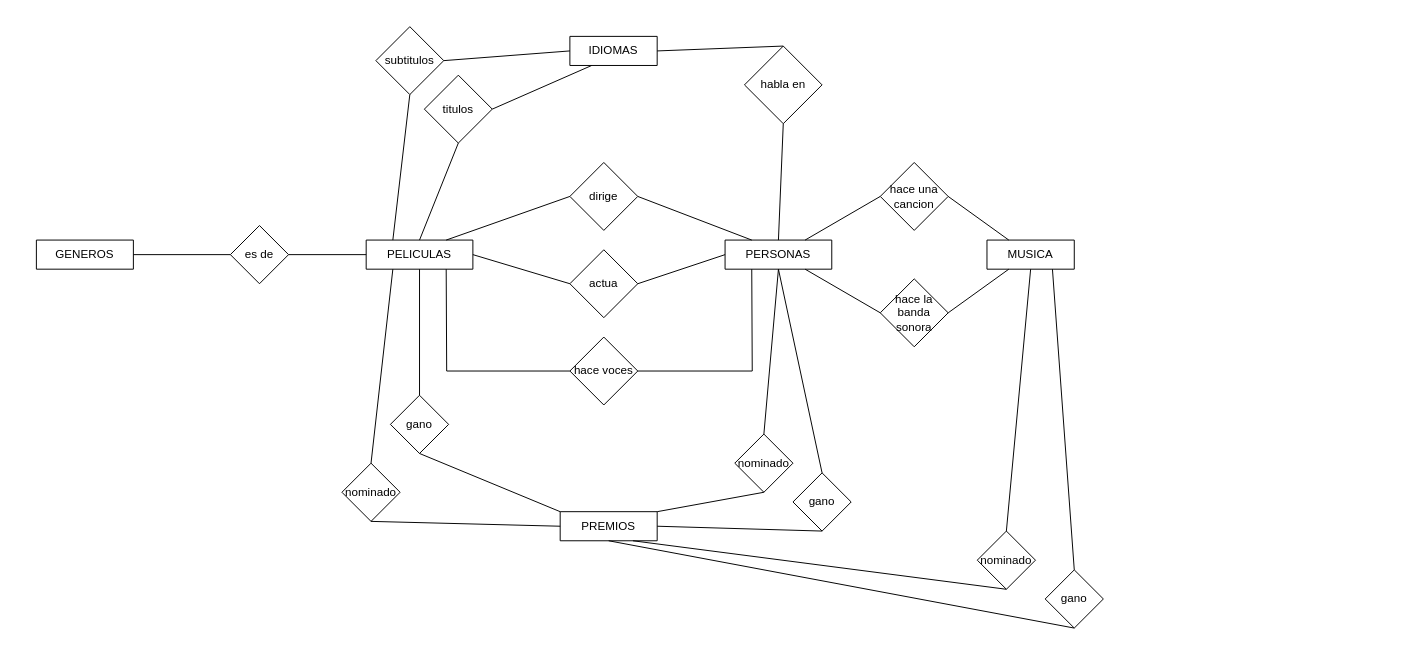
Earlier version of the draw.io diagram omdb.drawio (kolodani/AUS_Base_de_datos). Source tidied: cells renumbered, new cells numbered last; positions are measured from the earlier drawing's top-left corner, leaving out a move shared by most shapes. Both pictures are drawn from the tidied source at 97%, with x=0, y=0 at pixel (36, 26).
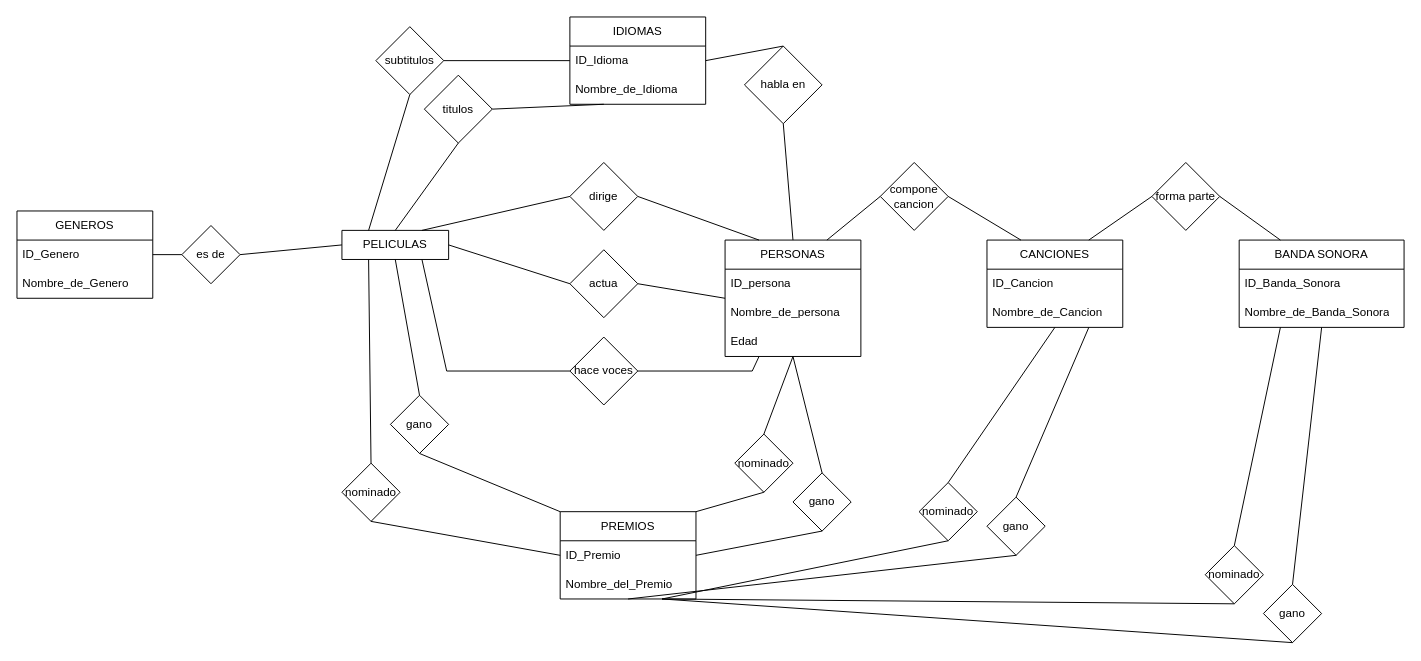
The same page after the edit.

Commit message:
atributos agregados omdb.drawio

What changed in the source:
```diff
@@
-    <mxCell id="2" value="GENEROS" style="swimlane;fontStyle=0;horizontal=1;startSize=30;whiteSpace=wrap;html=1;" parent="1" vertex="1" collapsed="1">
-      <mxGeometry y="220" width="100" height="30" as="geometry" />
+    <mxCell id="2" value="GENEROS" style="swimlane;fontStyle=0;horizontal=1;startSize=30;whiteSpace=wrap;html=1;" parent="1" vertex="1">
+      <mxGeometry x="-20" y="190" width="140" height="90" as="geometry" />
     </mxCell>
+    <mxCell id="53" value="ID_Genero&lt;span style=&quot;white-space: pre;&quot;&gt;&#9;&lt;/span&gt;" style="text;strokeColor=none;fillColor=none;align=left;verticalAlign=middle;spacingLeft=4;spacingRight=4;overflow=hidden;whiteSpace=wrap;html=1;" parent="2" vertex="1">
+      <mxGeometry y="30" width="140" height="30" as="geometry" />
+    </mxCell>
+    <mxCell id="54" value="Nombre_de_Genero" style="text;strokeColor=none;fillColor=none;align=left;verticalAlign=middle;spacingLeft=4;spacingRight=4;overflow=hidden;whiteSpace=wrap;html=1;" parent="2" vertex="1">
+      <mxGeometry y="60" width="140" height="30" as="geometry" />
+    </mxCell>
     <mxCell id="3" value="PELICULAS" style="swimlane;fontStyle=0;horizontal=1;startSize=30;whiteSpace=wrap;html=1;" parent="1" vertex="1" collapsed="1">
-      <mxGeometry x="340" y="220" width="110" height="30" as="geometry" />
+      <mxGeometry x="315" y="210" width="110" height="30" as="geometry" />
     </mxCell>
-    <mxCell id="4" value="PREMIOS" style="swimlane;fontStyle=0;horizontal=1;startSize=30;whiteSpace=wrap;html=1;" parent="1" vertex="1" collapsed="1">
-      <mxGeometry x="540" y="500" width="100" height="30" as="geometry" />
+    <mxCell id="4" value="PREMIOS" style="swimlane;fontStyle=0;horizontal=1;startSize=30;whiteSpace=wrap;html=1;" parent="1" vertex="1">
+      <mxGeometry x="540" y="500" width="140" height="90" as="geometry" />
     </mxCell>
+    <mxCell id="55" value="ID_Premio&lt;span style=&quot;white-space: pre;&quot;&gt;&#9;&lt;/span&gt;" style="text;strokeColor=none;fillColor=none;align=left;verticalAlign=middle;spacingLeft=4;spacingRight=4;overflow=hidden;whiteSpace=wrap;html=1;" parent="4" vertex="1">
+      <mxGeometry y="30" width="140" height="30" as="geometry" />
+    </mxCell>
+    <mxCell id="56" value="Nombre_del_Premio" style="text;strokeColor=none;fillColor=none;align=left;verticalAlign=middle;spacingLeft=4;spacingRight=4;overflow=hidden;whiteSpace=wrap;html=1;" parent="4" vertex="1">
+      <mxGeometry y="60" width="140" height="30" as="geometry" />
+    </mxCell>
-    <mxCell id="5" value="PERSONAS" style="swimlane;fontStyle=0;horizontal=1;startSize=30;whiteSpace=wrap;html=1;" parent="1" vertex="1" collapsed="1">
-      <mxGeometry x="710" y="220" width="110" height="30" as="geometry" />
+    <mxCell id="5" value="PERSONAS" style="swimlane;fontStyle=0;horizontal=1;startSize=30;whiteSpace=wrap;html=1;" parent="1" vertex="1">
+      <mxGeometry x="710" y="220" width="140" height="120" as="geometry" />
     </mxCell>
+    <mxCell id="57" value="ID_persona" style="text;strokeColor=none;fillColor=none;align=left;verticalAlign=middle;spacingLeft=4;spacingRight=4;overflow=hidden;whiteSpace=wrap;html=1;" parent="5" vertex="1">
+      <mxGeometry y="30" width="140" height="30" as="geometry" />
+    </mxCell>
+    <mxCell id="58" value="Nombre_de_persona" style="text;strokeColor=none;fillColor=none;align=left;verticalAlign=middle;spacingLeft=4;spacingRight=4;overflow=hidden;whiteSpace=wrap;html=1;" parent="5" vertex="1">
+      <mxGeometry y="60" width="140" height="30" as="geometry" />
+    </mxCell>
+    <mxCell id="59" value="Edad" style="text;strokeColor=none;fillColor=none;align=left;verticalAlign=middle;spacingLeft=4;spacingRight=4;overflow=hidden;whiteSpace=wrap;html=1;" parent="5" vertex="1">
+      <mxGeometry y="90" width="140" height="30" as="geometry" />
+    </mxCell>
-    <mxCell id="6" value="MUSICA" style="swimlane;fontStyle=0;horizontal=1;startSize=30;whiteSpace=wrap;html=1;" parent="1" vertex="1" collapsed="1">
-      <mxGeometry x="980" y="220" width="90" height="30" as="geometry" />
+    <mxCell id="6" value="CANCIONES" style="swimlane;fontStyle=0;horizontal=1;startSize=30;whiteSpace=wrap;html=1;" parent="1" vertex="1">
+      <mxGeometry x="980" y="220" width="140" height="90" as="geometry" />
     </mxCell>
+    <mxCell id="60" value="ID_Cancion" style="text;strokeColor=none;fillColor=none;align=left;verticalAlign=middle;spacingLeft=4;spacingRight=4;overflow=hidden;whiteSpace=wrap;html=1;" parent="6" vertex="1">
+      <mxGeometry y="30" width="140" height="30" as="geometry" />
+    </mxCell>
+    <mxCell id="61" value="Nombre_de_Cancion&lt;span style=&quot;white-space: pre;&quot;&gt;&#9;&lt;/span&gt;" style="text;strokeColor=none;fillColor=none;align=left;verticalAlign=middle;spacingLeft=4;spacingRight=4;overflow=hidden;whiteSpace=wrap;html=1;" parent="6" vertex="1">
+      <mxGeometry y="60" width="140" height="30" as="geometry" />
+    </mxCell>
     <mxCell id="7" value="es de" style="rhombus;whiteSpace=wrap;html=1;" parent="1" vertex="1">
-      <mxGeometry x="200" y="205" width="60" height="60" as="geometry" />
+      <mxGeometry x="150" y="205" width="60" height="60" as="geometry" />
     </mxCell>
@@
-    <mxCell id="19" value="IDIOMAS" style="swimlane;fontStyle=0;horizontal=1;startSize=30;whiteSpace=wrap;html=1;" parent="1" vertex="1" collapsed="1">
-      <mxGeometry x="550" y="10" width="90" height="30" as="geometry" />
+    <mxCell id="19" value="IDIOMAS" style="swimlane;fontStyle=0;horizontal=1;startSize=30;whiteSpace=wrap;html=1;" parent="1" vertex="1">
+      <mxGeometry x="550" y="-10" width="140" height="90" as="geometry" />
     </mxCell>
+    <mxCell id="62" value="ID_Idioma" style="text;strokeColor=none;fillColor=none;align=left;verticalAlign=middle;spacingLeft=4;spacingRight=4;overflow=hidden;whiteSpace=wrap;html=1;" parent="19" vertex="1">
+      <mxGeometry y="30" width="140" height="30" as="geometry" />
+    </mxCell>
+    <mxCell id="63" value="Nombre_de_Idioma" style="text;strokeColor=none;fillColor=none;align=left;verticalAlign=middle;spacingLeft=4;spacingRight=4;overflow=hidden;whiteSpace=wrap;html=1;" parent="19" vertex="1">
+      <mxGeometry y="60" width="140" height="30" as="geometry" />
+    </mxCell>
-    <mxCell id="20" value="hace una cancion" style="rhombus;whiteSpace=wrap;html=1;" parent="1" vertex="1">
+    <mxCell id="20" value="compone cancion" style="rhombus;whiteSpace=wrap;html=1;" parent="1" vertex="1">
       <mxGeometry x="870" y="140" width="70" height="70" as="geometry" />
     </mxCell>
-    <mxCell id="21" value="hace la banda sonora" style="rhombus;whiteSpace=wrap;html=1;" parent="1" vertex="1">
-      <mxGeometry x="870" y="260" width="70" height="70" as="geometry" />
-    </mxCell>
@@
-    <mxCell id="23" style="endArrow=none;html=1;rounded=0;exitX=0;exitY=0.5;exitDx=0;exitDy=0;entryX=0.75;entryY=1;entryDx=0;entryDy=0;" parent="1" edge="1" source="21" target="5">
-      <mxGeometry relative="1" as="geometry" />
-    </mxCell>
@@
-    <mxCell id="25" style="endArrow=none;html=1;rounded=0;exitX=1;exitY=0.5;exitDx=0;exitDy=0;entryX=0.25;entryY=1;entryDx=0;entryDy=0;" parent="1" edge="1" source="21" target="6">
-      <mxGeometry relative="1" as="geometry" />
-    </mxCell>
@@
     <mxCell id="47" value="nominado" style="rhombus;whiteSpace=wrap;html=1;" parent="1" vertex="1">
-      <mxGeometry x="970" y="520" width="60" height="60" as="geometry" />
+      <mxGeometry x="910" y="470" width="60" height="60" as="geometry" />
     </mxCell>
     <mxCell id="48" value="gano" style="rhombus;whiteSpace=wrap;html=1;" parent="1" vertex="1">
-      <mxGeometry x="1040" y="560" width="60" height="60" as="geometry" />
+      <mxGeometry x="980" y="485" width="60" height="60" as="geometry" />
     </mxCell>
@@
+    <mxCell id="64" value="BANDA SONORA" style="swimlane;fontStyle=0;horizontal=1;startSize=30;whiteSpace=wrap;html=1;" parent="1" vertex="1">
+      <mxGeometry x="1240" y="220" width="170" height="90" as="geometry" />
+    </mxCell>
+    <mxCell id="65" value="ID_Banda_Sonora&lt;span style=&quot;white-space: pre;&quot;&gt;&#9;&lt;/span&gt;" style="text;strokeColor=none;fillColor=none;align=left;verticalAlign=middle;spacingLeft=4;spacingRight=4;overflow=hidden;whiteSpace=wrap;html=1;" parent="64" vertex="1">
+      <mxGeometry y="30" width="170" height="30" as="geometry" />
+    </mxCell>
+    <mxCell id="66" value="Nombre_de_Banda_Sonora" style="text;strokeColor=none;fillColor=none;align=left;verticalAlign=middle;spacingLeft=4;spacingRight=4;overflow=hidden;whiteSpace=wrap;html=1;" parent="64" vertex="1">
+      <mxGeometry y="60" width="170" height="30" as="geometry" />
+    </mxCell>
+    <mxCell id="67" value="forma parte" style="rhombus;whiteSpace=wrap;html=1;" parent="1" vertex="1">
+      <mxGeometry x="1150" y="140" width="70" height="70" as="geometry" />
+    </mxCell>
+    <mxCell id="68" style="endArrow=none;html=1;rounded=0;exitX=1;exitY=0.5;exitDx=0;exitDy=0;entryX=0.25;entryY=0;entryDx=0;entryDy=0;" parent="1" edge="1" source="67" target="64">
+      <mxGeometry relative="1" as="geometry" />
+    </mxCell>
+    <mxCell id="69" style="endArrow=none;html=1;rounded=0;entryX=0;entryY=0.5;entryDx=0;entryDy=0;exitX=0.75;exitY=0;exitDx=0;exitDy=0;" parent="1" edge="1" source="6" target="67">
+      <mxGeometry relative="1" as="geometry" />
+    </mxCell>
+    <mxCell id="70" value="nominado" style="rhombus;whiteSpace=wrap;html=1;" parent="1" vertex="1">
+      <mxGeometry x="1205" y="535" width="60" height="60" as="geometry" />
+    </mxCell>
+    <mxCell id="71" value="gano" style="rhombus;whiteSpace=wrap;html=1;" parent="1" vertex="1">
+      <mxGeometry x="1265" y="575" width="60" height="60" as="geometry" />
+    </mxCell>
+    <mxCell id="72" style="endArrow=none;html=1;rounded=0;exitX=0.5;exitY=1;exitDx=0;exitDy=0;entryX=0.75;entryY=1;entryDx=0;entryDy=0;" parent="1" edge="1" source="71" target="4">
+      <mxGeometry relative="1" as="geometry" />
+    </mxCell>
+    <mxCell id="73" style="endArrow=none;html=1;rounded=0;exitX=0.5;exitY=1;exitDx=0;exitDy=0;entryX=0.75;entryY=1;entryDx=0;entryDy=0;" parent="1" edge="1" source="70" target="4">
+      <mxGeometry relative="1" as="geometry" />
+    </mxCell>
+    <mxCell id="74" style="endArrow=none;html=1;rounded=0;entryX=0.5;entryY=0;entryDx=0;entryDy=0;exitX=0.25;exitY=1;exitDx=0;exitDy=0;" parent="1" edge="1" source="64" target="70">
+      <mxGeometry relative="1" as="geometry" />
+    </mxCell>
+    <mxCell id="75" style="endArrow=none;html=1;rounded=0;entryX=0.5;entryY=0;entryDx=0;entryDy=0;exitX=0.5;exitY=1;exitDx=0;exitDy=0;" parent="1" edge="1" source="64" target="71">
+      <mxGeometry relative="1" as="geometry" />
+    </mxCell>
```
